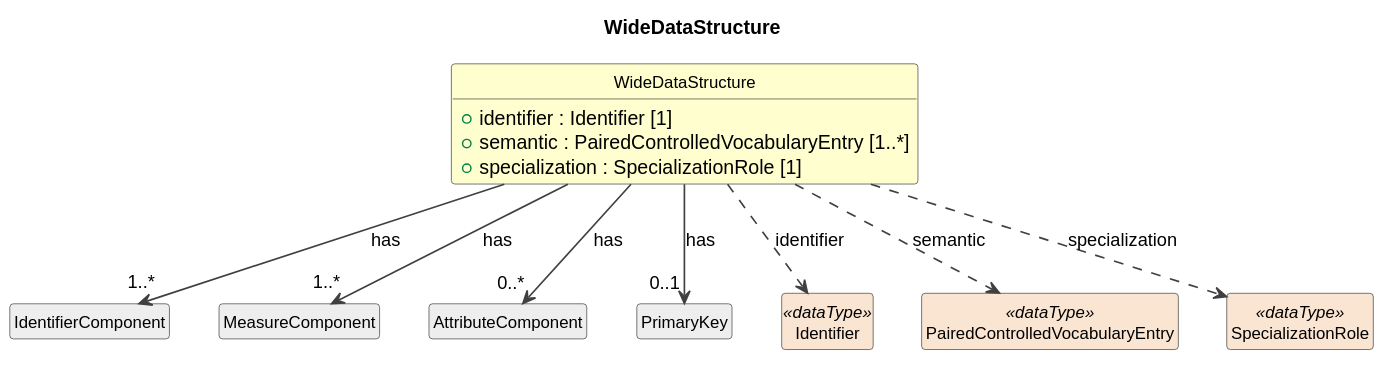
This is build/plantuml/cdifDataStructure/Classes/WideDataStructure.svg from Cross-Domain-Interoperability-Framework/metadataBuildingBlocks, a PlantUML export, as it was before one commit. Source of this version:
```plantuml
@startuml
title WideDataStructure
hide circle
hide empty members
skinparam shadowing false
skinparam ArrowThickness 1.2
skinparam class {
  ArrowColor #404040
  BorderColor #404040
  FontSize 12
}

class "WideDataStructure" as WideDataStructure #FEFECE {
  +identifier : Identifier [1]
  +semantic : PairedControlledVocabularyEntry [1..*]
  +specialization : SpecializationRole [1]
}
class "IdentifierComponent" as IdentifierComponent #EEEEEE
WideDataStructure --> "1..*" IdentifierComponent : has
class "MeasureComponent" as MeasureComponent #EEEEEE
WideDataStructure --> "1..*" MeasureComponent : has
class "AttributeComponent" as AttributeComponent #EEEEEE
WideDataStructure --> "0..*" AttributeComponent : has
class "PrimaryKey" as PrimaryKey #EEEEEE
WideDataStructure --> "0..1" PrimaryKey : has
class "Identifier" as Identifier <<dataType>> #FAE5D3
WideDataStructure ..> Identifier : identifier
class "PairedControlledVocabularyEntry" as PairedControlledVocabularyEntry <<dataType>> #FAE5D3
WideDataStructure ..> PairedControlledVocabularyEntry : semantic
class "SpecializationRole" as SpecializationRole <<dataType>> #FAE5D3
WideDataStructure ..> SpecializationRole : specialization
@enduml
```
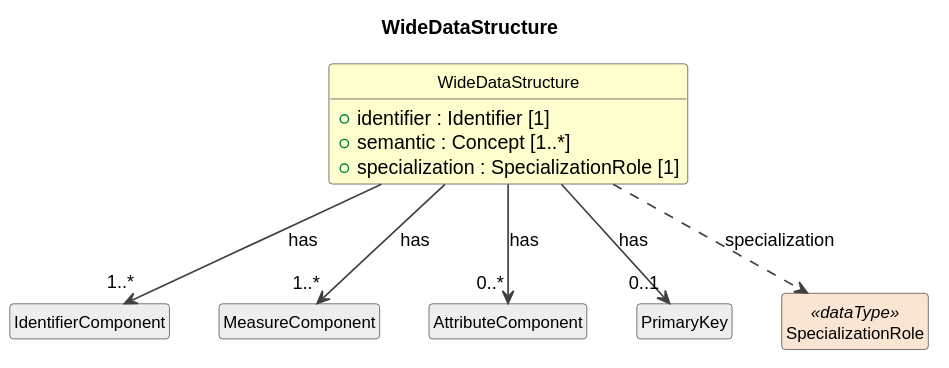
After the change.

Diff of the diagram source:
```diff
@@ -12,7 +12,7 @@
 
 class "WideDataStructure" as WideDataStructure #FEFECE {
   +identifier : Identifier [1]
-  +semantic : PairedControlledVocabularyEntry [1..*]
+  +semantic : Concept [1..*]
   +specialization : SpecializationRole [1]
 }
 class "IdentifierComponent" as IdentifierComponent #EEEEEE
@@ -23,10 +23,6 @@
 WideDataStructure --> "0..*" AttributeComponent : has
 class "PrimaryKey" as PrimaryKey #EEEEEE
 WideDataStructure --> "0..1" PrimaryKey : has
-class "Identifier" as Identifier <<dataType>> #FAE5D3
-WideDataStructure ..> Identifier : identifier
-class "PairedControlledVocabularyEntry" as PairedControlledVocabularyEntry <<dataType>> #FAE5D3
-WideDataStructure ..> PairedControlledVocabularyEntry : semantic
 class "SpecializationRole" as SpecializationRole <<dataType>> #FAE5D3
 WideDataStructure ..> SpecializationRole : specialization
 @enduml
```
